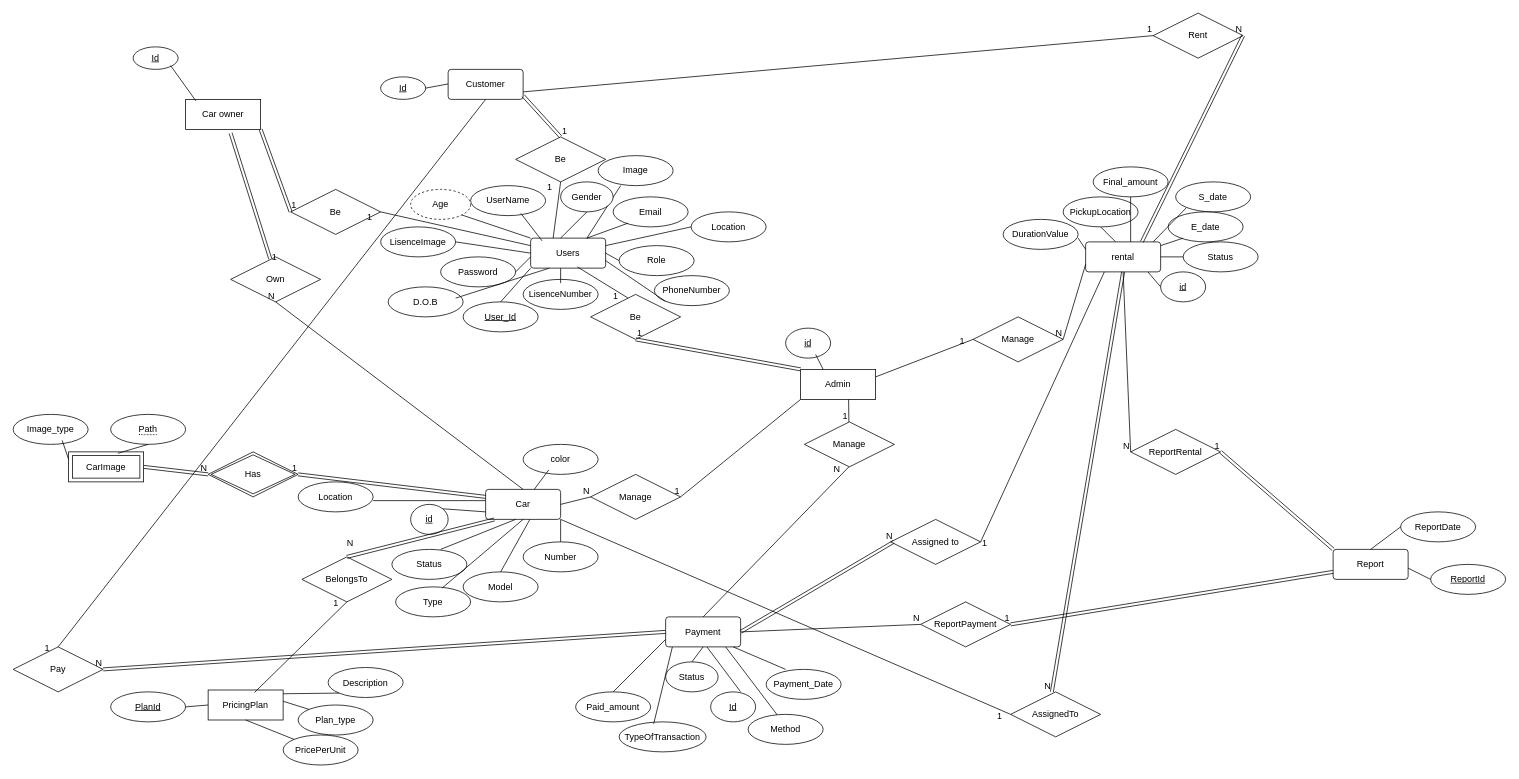
The draw.io diagram Car_rental_management_system_ERD.drawio in AsmaaIbrahim-lab/Car-Rental-Management-System, before the edit. Source tidied: cells renumbered, new cells numbered last; positions are measured from the earlier drawing's top-left corner, leaving out a move shared by most shapes. Both pictures are drawn from the tidied source at 75%, with x=0, y=0 at pixel (13, 13).
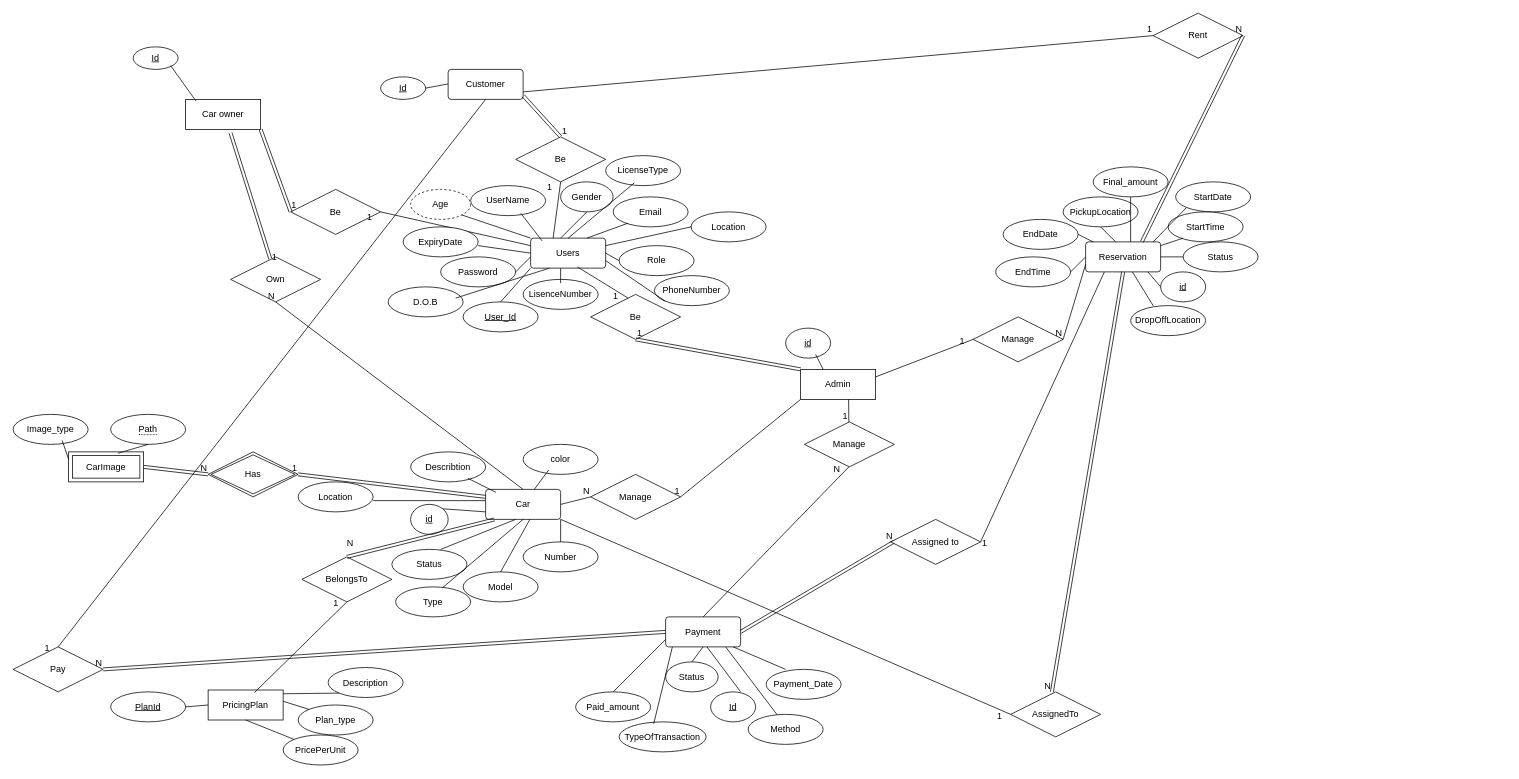
The same diagram, later.

Commit message (it also covers changes not shown here):
final ERD ,Schema

The change refers to these unchanged cells:
```xml
<mxCell id="9" value="Car" style="rounded=1;arcSize=10;whiteSpace=wrap;html=1;align=center;" parent="1" vertex="1">
  <mxGeometry x="630" y="635" width="100" height="40" as="geometry" />
</mxCell>
<mxCell id="78" value="Users" style="rounded=1;arcSize=10;whiteSpace=wrap;html=1;align=center;" parent="1" vertex="1">
  <mxGeometry x="690" y="300" width="100" height="40" as="geometry" />
</mxCell>
```

The edit, as a diff of the source:
```diff
@@
-    <mxCell id="8" value="rental" style="rounded=1;arcSize=10;whiteSpace=wrap;html=1;align=center;" parent="1" vertex="1">
+    <mxCell id="8" value="&lt;span style=&quot;text-wrap-mode: nowrap;&quot;&gt;Reservation&lt;/span&gt;" style="rounded=1;arcSize=10;whiteSpace=wrap;html=1;align=center;" parent="1" vertex="1">
       <mxGeometry x="1430" y="305" width="100" height="40" as="geometry" />
     </mxCell>
@@
-    <mxCell id="14" value="S_date" style="ellipse;whiteSpace=wrap;html=1;align=center;" parent="1" vertex="1">
+    <mxCell id="14" value="StartDate" style="ellipse;whiteSpace=wrap;html=1;align=center;" parent="1" vertex="1">
       <mxGeometry x="1550" y="225" width="100" height="40" as="geometry" />
     </mxCell>
-    <mxCell id="15" value="E_date" style="ellipse;whiteSpace=wrap;html=1;align=center;" parent="1" vertex="1">
+    <mxCell id="15" value="StartTime" style="ellipse;whiteSpace=wrap;html=1;align=center;" parent="1" vertex="1">
       <mxGeometry x="1540" y="265" width="100" height="40" as="geometry" />
     </mxCell>
@@
-    <mxCell id="97" value="Image" style="ellipse;whiteSpace=wrap;html=1;align=center;" parent="1" vertex="1">
-      <mxGeometry x="780" y="190" width="100" height="40" as="geometry" />
-    </mxCell>
@@
-    <mxCell id="99" value="LisenceImage" style="ellipse;whiteSpace=wrap;html=1;align=center;" parent="1" vertex="1">
-      <mxGeometry x="490" y="285" width="100" height="40" as="geometry" />
-    </mxCell>
@@
-    <mxCell id="101" style="endArrow=none;html=1;rounded=0;exitX=0.75;exitY=0;exitDx=0;exitDy=0;" parent="1" edge="1" source="78">
-      <mxGeometry relative="1" as="geometry">
-        <mxPoint x="810" y="230" as="targetPoint" />
-      </mxGeometry>
-    </mxCell>
-    <mxCell id="102" style="endArrow=none;html=1;rounded=0;entryX=0;entryY=0.5;entryDx=0;entryDy=0;" parent="1" edge="1" target="78">
-      <mxGeometry relative="1" as="geometry">
-        <mxPoint x="590" y="305" as="sourcePoint" />
-      </mxGeometry>
-    </mxCell>
@@
-    <mxCell id="124" value="Report" style="rounded=1;arcSize=10;whiteSpace=wrap;html=1;align=center;" parent="1" vertex="1">
-      <mxGeometry x="1760" y="715" width="100" height="40" as="geometry" />
-    </mxCell>
-    <mxCell id="125" value="ReportDate" style="ellipse;whiteSpace=wrap;html=1;align=center;" parent="1" vertex="1">
-      <mxGeometry x="1850" y="665" width="100" height="40" as="geometry" />
-    </mxCell>
-    <mxCell id="126" value="ReportId" style="ellipse;whiteSpace=wrap;html=1;align=center;fontStyle=4;" parent="1" vertex="1">
-      <mxGeometry x="1890" y="735" width="100" height="40" as="geometry" />
-    </mxCell>
-    <mxCell id="127" style="endArrow=none;html=1;rounded=0;entryX=0;entryY=0.5;entryDx=0;entryDy=0;exitX=0.5;exitY=0;exitDx=0;exitDy=0;" parent="1" edge="1" source="124" target="125">
-      <mxGeometry relative="1" as="geometry" />
-    </mxCell>
-    <mxCell id="128" style="endArrow=none;html=1;rounded=0;entryX=0;entryY=0.5;entryDx=0;entryDy=0;" parent="1" edge="1" target="126">
-      <mxGeometry relative="1" as="geometry">
-        <mxPoint x="1860" y="740" as="sourcePoint" />
-      </mxGeometry>
-    </mxCell>
-    <mxCell id="129" value="ReportRental" style="shape=rhombus;perimeter=rhombusPerimeter;whiteSpace=wrap;html=1;align=center;" parent="1" vertex="1">
-      <mxGeometry x="1490" y="555" width="120" height="60" as="geometry" />
-    </mxCell>
-    <mxCell id="130" value="ReportPayment" style="shape=rhombus;perimeter=rhombusPerimeter;whiteSpace=wrap;html=1;align=center;" parent="1" vertex="1">
-      <mxGeometry x="1210" y="785" width="120" height="60" as="geometry" />
-    </mxCell>
-    <mxCell id="131" style="shape=link;html=1;rounded=0;exitX=0;exitY=0.75;exitDx=0;exitDy=0;entryX=1;entryY=0.5;entryDx=0;entryDy=0;" parent="1" edge="1" source="124" target="130">
-      <mxGeometry relative="1" as="geometry" />
-    </mxCell>
-    <mxCell id="132" value="1" style="html=1;whiteSpace=wrap;align=right;verticalAlign=bottom;" parent="131" vertex="1">
-      <mxGeometry x="1" relative="1" as="geometry" />
-    </mxCell>
-    <mxCell id="133" style="endArrow=none;html=1;rounded=0;exitX=1;exitY=0.5;exitDx=0;exitDy=0;entryX=0;entryY=0.5;entryDx=0;entryDy=0;" parent="1" edge="1" target="130">
-      <mxGeometry relative="1" as="geometry">
-        <mxPoint x="970" y="825" as="sourcePoint" />
-      </mxGeometry>
-    </mxCell>
-    <mxCell id="134" value="N" style="html=1;whiteSpace=wrap;align=right;verticalAlign=bottom;" parent="133" vertex="1">
-      <mxGeometry x="1" relative="1" as="geometry" />
-    </mxCell>
-    <mxCell id="135" style="shape=link;html=1;rounded=0;exitX=0;exitY=0;exitDx=0;exitDy=0;entryX=1;entryY=0.5;entryDx=0;entryDy=0;" parent="1" edge="1" source="124" target="129">
-      <mxGeometry relative="1" as="geometry" />
-    </mxCell>
-    <mxCell id="136" value="1" style="html=1;whiteSpace=wrap;align=right;verticalAlign=bottom;" parent="135" vertex="1">
-      <mxGeometry x="1" relative="1" as="geometry" />
-    </mxCell>
-    <mxCell id="137" style="endArrow=none;html=1;rounded=0;exitX=0.5;exitY=1;exitDx=0;exitDy=0;entryX=0;entryY=0.5;entryDx=0;entryDy=0;" parent="1" edge="1" source="8" target="129">
-      <mxGeometry relative="1" as="geometry" />
-    </mxCell>
-    <mxCell id="138" value="N" style="html=1;whiteSpace=wrap;align=right;verticalAlign=bottom;" parent="137" vertex="1">
-      <mxGeometry x="1" relative="1" as="geometry" />
-    </mxCell>
@@
-    <mxCell id="173" value="DurationValue" style="ellipse;whiteSpace=wrap;html=1;align=center;" parent="1" vertex="1">
-      <mxGeometry x="1320" y="275" width="100" height="40" as="geometry" />
-    </mxCell>
-    <mxCell id="174" style="endArrow=none;html=1;rounded=0;entryX=0;entryY=0.25;entryDx=0;entryDy=0;" parent="1" edge="1" target="8">
-      <mxGeometry relative="1" as="geometry">
-        <mxPoint x="1420" y="300" as="sourcePoint" />
-      </mxGeometry>
-    </mxCell>
+    <mxCell id="175" value="ExpiryDate" style="ellipse;whiteSpace=wrap;html=1;align=center;" parent="1" vertex="1">
+      <mxGeometry x="520" y="285" width="100" height="40" as="geometry" />
+    </mxCell>
+    <mxCell id="176" style="endArrow=none;html=1;rounded=0;entryX=0;entryY=0.5;entryDx=0;entryDy=0;" parent="1" edge="1" target="78">
+      <mxGeometry relative="1" as="geometry">
+        <mxPoint x="620" y="310" as="sourcePoint" />
+      </mxGeometry>
+    </mxCell>
+    <mxCell id="177" value="LicenseType" style="ellipse;whiteSpace=wrap;html=1;align=center;" parent="1" vertex="1">
+      <mxGeometry x="790" y="190" width="100" height="40" as="geometry" />
+    </mxCell>
+    <mxCell id="178" style="endArrow=none;html=1;rounded=0;entryX=0.383;entryY=0.908;entryDx=0;entryDy=0;exitX=0.5;exitY=0;exitDx=0;exitDy=0;entryPerimeter=0;" parent="1" edge="1" source="78" target="177">
+      <mxGeometry relative="1" as="geometry" />
+    </mxCell>
+    <mxCell id="179" value="Describtion" style="ellipse;whiteSpace=wrap;html=1;align=center;" parent="1" vertex="1">
+      <mxGeometry x="530" y="585" width="100" height="40" as="geometry" />
+    </mxCell>
+    <mxCell id="180" style="endArrow=none;html=1;rounded=0;entryX=0.138;entryY=0.1;entryDx=0;entryDy=0;entryPerimeter=0;exitX=0.763;exitY=0.881;exitDx=0;exitDy=0;exitPerimeter=0;" parent="1" edge="1" source="179" target="9">
+      <mxGeometry relative="1" as="geometry" />
+    </mxCell>
+    <mxCell id="181" value="EndDate" style="ellipse;whiteSpace=wrap;html=1;align=center;" parent="1" vertex="1">
+      <mxGeometry x="1320" y="275" width="100" height="40" as="geometry" />
+    </mxCell>
+    <mxCell id="182" value="EndTime" style="ellipse;whiteSpace=wrap;html=1;align=center;" parent="1" vertex="1">
+      <mxGeometry x="1310" y="325" width="100" height="40" as="geometry" />
+    </mxCell>
+    <mxCell id="183" style="endArrow=none;html=1;rounded=0;exitX=1;exitY=0.5;exitDx=0;exitDy=0;" parent="1" edge="1" source="181" target="8">
+      <mxGeometry relative="1" as="geometry" />
+    </mxCell>
+    <mxCell id="184" style="endArrow=none;html=1;rounded=0;exitX=1;exitY=0.5;exitDx=0;exitDy=0;entryX=0;entryY=0.5;entryDx=0;entryDy=0;" parent="1" edge="1" source="182" target="8">
+      <mxGeometry relative="1" as="geometry" />
+    </mxCell>
+    <mxCell id="185" value="DropOffLocation" style="ellipse;whiteSpace=wrap;html=1;align=center;" parent="1" vertex="1">
+      <mxGeometry x="1490" y="390" width="100" height="40" as="geometry" />
+    </mxCell>
+    <mxCell id="186" style="endArrow=none;html=1;rounded=0;entryX=0.303;entryY=0.012;entryDx=0;entryDy=0;entryPerimeter=0;" parent="1" edge="1" source="8" target="185">
+      <mxGeometry relative="1" as="geometry" />
+    </mxCell>
```
